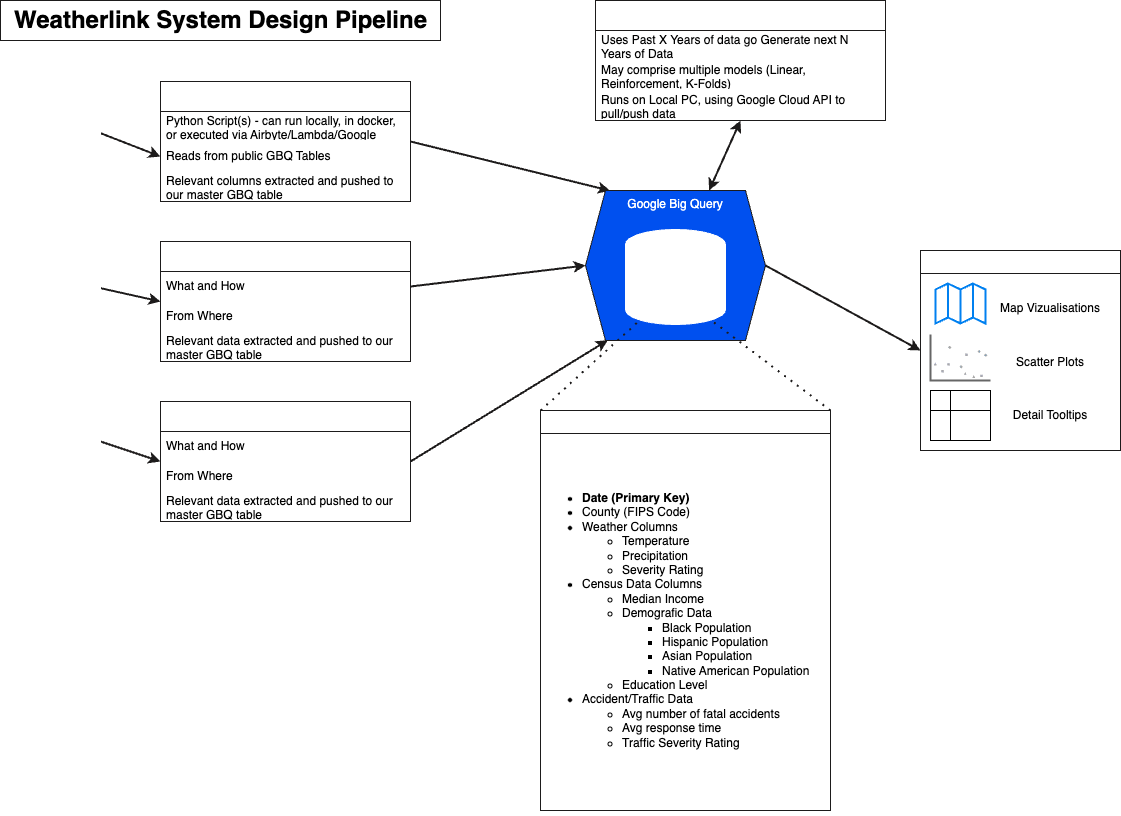
This is etl/systemdesign.png from BigDataAnalytics2023/gwbigdataanalytics2023-final-project-weatherlink, a draw.io export, as it was before one commit. Source tidied: cells renumbered, new cells last; positions are measured from the earlier drawing's top-left corner, leaving out a move shared by most shapes.
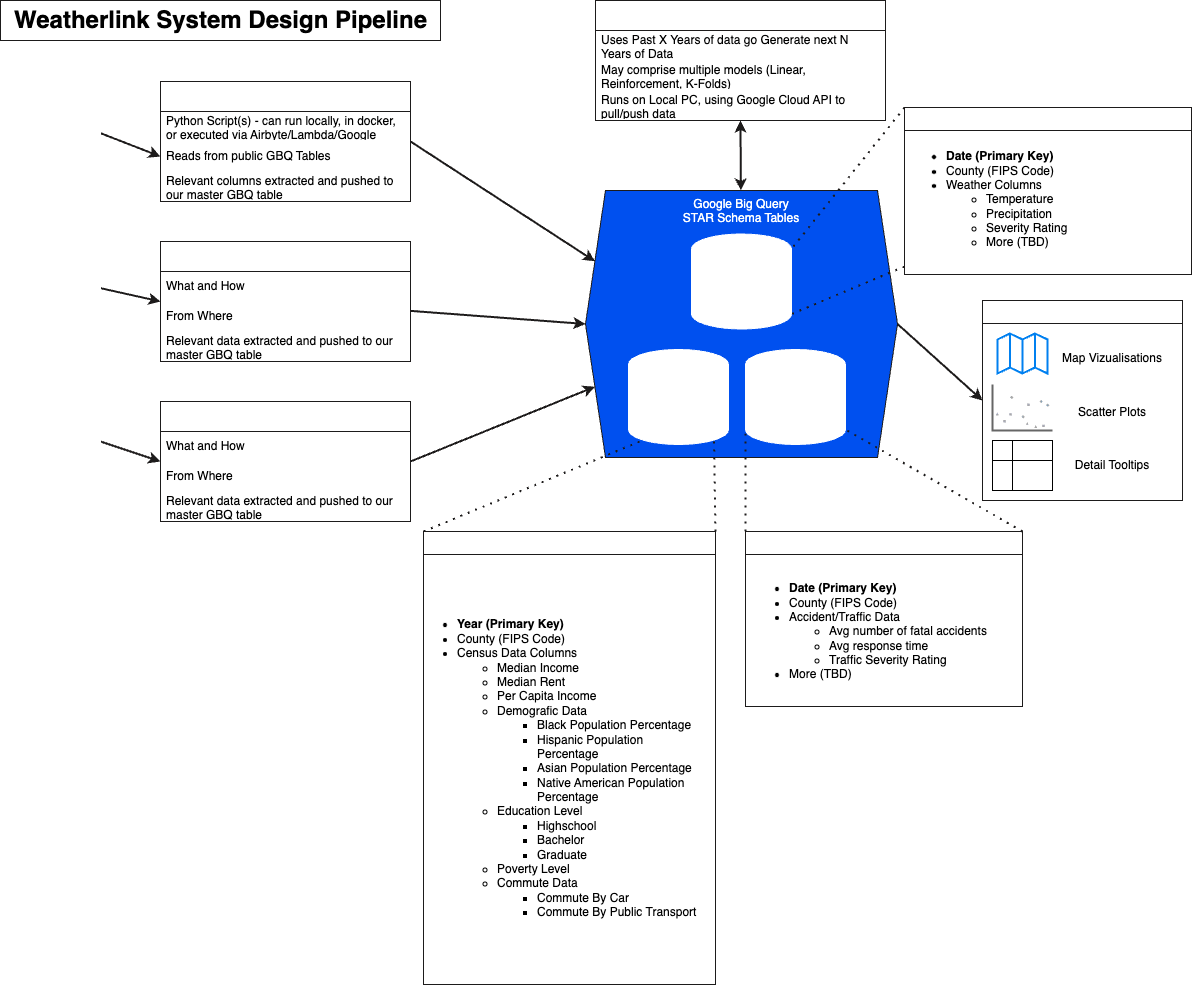
The same diagram one commit later.

Diff of the diagram source:
```diff
@@ -20,7 +20,7 @@
     <mxCell id="7" value="Traffic/&lt;br&gt;Accident Data" style="shape=cylinder3;whiteSpace=wrap;html=1;boundedLbl=1;backgroundOutline=1;size=15;fontColor=#FFFFFF;strokeColor=#FFFFFF;" parent="1" vertex="1">
       <mxGeometry x="40" y="401" width="60" height="80" as="geometry" />
     </mxCell>
-    <mxCell id="8" style="edgeStyle=none;html=1;exitX=1;exitY=0.5;exitDx=0;exitDy=0;entryX=0.136;entryY=0.001;entryDx=0;entryDy=0;entryPerimeter=0;strokeWidth=2;fontColor=#FFFFFF;strokeColor=#1d1b1b;" parent="1" edge="1" source="9" target="25">
+    <mxCell id="8" style="edgeStyle=none;html=1;exitX=1;exitY=0.5;exitDx=0;exitDy=0;entryX=0;entryY=0.25;entryDx=0;entryDy=0;strokeWidth=2;fontColor=#FFFFFF;strokeColor=#1d1b1b;" parent="1" edge="1" source="9" target="25">
       <mxGeometry relative="1" as="geometry" />
     </mxCell>
     <mxCell id="9" value="Census Data Extraction, Cleaning, Storing" style="swimlane;fontStyle=0;horizontal=1;startSize=30;whiteSpace=wrap;html=1;fontColor=#FFFFFF;strokeColor=#1d1b1b;" parent="1" vertex="1">
@@ -35,7 +35,7 @@
     <mxCell id="12" value="Relevant columns extracted and pushed to our master GBQ table" style="text;strokeColor=none;fillColor=none;align=left;verticalAlign=middle;spacingLeft=4;spacingRight=4;overflow=hidden;whiteSpace=wrap;html=1;fontColor=#000000;" parent="9" vertex="1">
       <mxGeometry y="90" width="250" height="30" as="geometry" />
     </mxCell>
-    <mxCell id="13" style="edgeStyle=none;html=1;entryX=0;entryY=0.5;entryDx=0;entryDy=0;strokeWidth=2;fontColor=#FFFFFF;strokeColor=#1d1b1b;" parent="1" edge="1" source="14" target="25">
+    <mxCell id="13" style="edgeStyle=none;html=1;strokeWidth=2;fontColor=#FFFFFF;strokeColor=#1d1b1b;entryX=0;entryY=0.5;entryDx=0;entryDy=0;" parent="1" edge="1" source="14" target="25">
       <mxGeometry relative="1" as="geometry" />
     </mxCell>
     <mxCell id="14" value="Weather Data Extraction, Cleaning, Storing" style="swimlane;fontStyle=0;horizontal=1;startSize=30;whiteSpace=wrap;html=1;fontColor=#FFFFFF;strokeColor=#1d1b1b;" parent="1" vertex="1">
@@ -50,7 +50,7 @@
     <mxCell id="17" value="Relevant data extracted and pushed to our master GBQ table" style="text;strokeColor=none;fillColor=none;align=left;verticalAlign=middle;spacingLeft=4;spacingRight=4;overflow=hidden;whiteSpace=wrap;html=1;fontColor=#000000;" parent="14" vertex="1">
       <mxGeometry y="90" width="250" height="30" as="geometry" />
     </mxCell>
-    <mxCell id="18" style="edgeStyle=none;html=1;entryX=0.124;entryY=0.998;entryDx=0;entryDy=0;exitX=1;exitY=0.5;exitDx=0;exitDy=0;entryPerimeter=0;strokeWidth=2;fontColor=#FFFFFF;strokeColor=#1d1b1b;" parent="1" edge="1" source="19" target="25">
+    <mxCell id="18" style="edgeStyle=none;html=1;entryX=0;entryY=0.75;entryDx=0;entryDy=0;exitX=1;exitY=0.5;exitDx=0;exitDy=0;strokeWidth=2;fontColor=#FFFFFF;strokeColor=#1d1b1b;" parent="1" edge="1" source="19" target="25">
       <mxGeometry relative="1" as="geometry" />
     </mxCell>
     <mxCell id="19" value="Traffic/Accident Data Extraction, Cleaning, Storing" style="swimlane;fontStyle=0;horizontal=1;startSize=30;whiteSpace=wrap;html=1;fontColor=#FFFFFF;strokeColor=#1d1b1b;" parent="1" vertex="1">
@@ -71,11 +71,11 @@
     <mxCell id="24" style="edgeStyle=none;html=1;exitX=1;exitY=0.5;exitDx=0;exitDy=0;entryX=0;entryY=0.5;entryDx=0;entryDy=0;strokeWidth=2;startArrow=none;startFill=0;fontColor=#FFFFFF;strokeColor=#1d1b1b;" parent="1" edge="1" source="25" target="34">
       <mxGeometry relative="1" as="geometry" />
     </mxCell>
-    <mxCell id="25" value="Google Big Query" style="shape=hexagon;perimeter=hexagonPerimeter2;whiteSpace=wrap;html=1;fixedSize=1;verticalAlign=top;fillColor=#0050ef;fontColor=#FFFFFF;strokeColor=#1d1b1b;" parent="1" vertex="1">
-      <mxGeometry x="585" y="190" width="180" height="150" as="geometry" />
+    <mxCell id="25" value="Google Big Query&lt;br&gt;STAR Schema Tables" style="shape=hexagon;perimeter=hexagonPerimeter2;whiteSpace=wrap;html=1;fixedSize=1;verticalAlign=top;fillColor=#0050ef;fontColor=#FFFFFF;strokeColor=#1d1b1b;" parent="1" vertex="1">
+      <mxGeometry x="585" y="190" width="312" height="267" as="geometry" />
     </mxCell>
-    <mxCell id="26" value="Weatherlink Master &lt;br&gt;Table" style="shape=cylinder3;whiteSpace=wrap;html=1;boundedLbl=1;backgroundOutline=1;size=15;fontColor=#FFFFFF;strokeColor=#FFFFFF;" parent="1" vertex="1">
-      <mxGeometry x="625" y="229" width="100" height="95" as="geometry" />
+    <mxCell id="26" value="Weatherlink Census&lt;br&gt;Table" style="shape=cylinder3;whiteSpace=wrap;html=1;boundedLbl=1;backgroundOutline=1;size=15;fontColor=#FFFFFF;strokeColor=#FFFFFF;" parent="1" vertex="1">
+      <mxGeometry x="628" y="349" width="100" height="95" as="geometry" />
     </mxCell>
     <mxCell id="27" value="Weatherlink System Design Pipeline" style="text;strokeColor=#1d1b1b;fillColor=none;html=1;fontSize=24;fontStyle=1;verticalAlign=middle;align=center;fontColor=#000000;" parent="1" vertex="1">
       <mxGeometry width="440" height="40" as="geometry" />
@@ -92,14 +92,14 @@
     <mxCell id="31" value="Runs on Local PC, using Google Cloud API to pull/push data" style="text;strokeColor=none;fillColor=none;align=left;verticalAlign=middle;spacingLeft=4;spacingRight=4;overflow=hidden;whiteSpace=wrap;html=1;fontColor=#000000;" parent="28" vertex="1">
       <mxGeometry y="90" width="290" height="30" as="geometry" />
     </mxCell>
-    <mxCell id="32" value="Sample Row of Weatherlink Master Table" style="swimlane;whiteSpace=wrap;html=1;fontColor=#FFFFFF;strokeColor=#1d1b1b;" parent="1" vertex="1">
-      <mxGeometry x="540" y="410" width="290" height="400" as="geometry" />
+    <mxCell id="32" value="Schema of Weatherlink Census Table" style="swimlane;whiteSpace=wrap;html=1;fontColor=#FFFFFF;strokeColor=#1d1b1b;" parent="1" vertex="1">
+      <mxGeometry x="423" y="531" width="292" height="453" as="geometry" />
     </mxCell>
-    <mxCell id="33" value="&lt;ul&gt;&lt;li&gt;&lt;b&gt;Date (Primary Key)&lt;/b&gt;&lt;/li&gt;&lt;li&gt;County (FIPS Code)&lt;/li&gt;&lt;li&gt;Weather Columns&lt;/li&gt;&lt;ul&gt;&lt;li&gt;Temperature&lt;/li&gt;&lt;li&gt;Precipitation&lt;/li&gt;&lt;li&gt;Severity Rating&lt;/li&gt;&lt;/ul&gt;&lt;li&gt;Census Data Columns&lt;/li&gt;&lt;ul&gt;&lt;li&gt;Median Income&lt;/li&gt;&lt;li&gt;Demografic Data&lt;/li&gt;&lt;ul&gt;&lt;li&gt;Black Population&lt;/li&gt;&lt;li&gt;Hispanic Population&lt;/li&gt;&lt;li&gt;Asian Population&lt;/li&gt;&lt;li&gt;Native American Population&lt;/li&gt;&lt;/ul&gt;&lt;li&gt;Education Level&lt;/li&gt;&lt;/ul&gt;&lt;li&gt;Accident/Traffic Data&lt;/li&gt;&lt;ul&gt;&lt;li&gt;Avg number of fatal accidents&lt;/li&gt;&lt;li&gt;Avg response time&lt;/li&gt;&lt;li&gt;Traffic Severity Rating&lt;/li&gt;&lt;/ul&gt;&lt;/ul&gt;" style="text;html=1;strokeColor=none;fillColor=none;align=left;verticalAlign=middle;whiteSpace=wrap;rounded=0;fontColor=#000000;" parent="32" vertex="1">
-      <mxGeometry y="20" width="290" height="380" as="geometry" />
+    <mxCell id="33" value="&lt;ul&gt;&lt;li&gt;&lt;b&gt;Year (Primary Key)&lt;/b&gt;&lt;/li&gt;&lt;li&gt;County (FIPS Code)&lt;/li&gt;&lt;li&gt;Census Data Columns&lt;/li&gt;&lt;ul&gt;&lt;li&gt;Median Income&lt;/li&gt;&lt;li&gt;Median Rent&lt;/li&gt;&lt;li&gt;Per Capita Income&lt;/li&gt;&lt;li&gt;Demografic Data&lt;/li&gt;&lt;ul&gt;&lt;li&gt;Black Population Percentage&lt;/li&gt;&lt;li&gt;Hispanic Population Percentage&lt;/li&gt;&lt;li&gt;Asian Population Percentage&lt;/li&gt;&lt;li&gt;Native American Population Percentage&lt;/li&gt;&lt;/ul&gt;&lt;li&gt;Education Level&lt;/li&gt;&lt;ul&gt;&lt;li&gt;Highschool&lt;/li&gt;&lt;li&gt;Bachelor&lt;/li&gt;&lt;li&gt;Graduate&lt;/li&gt;&lt;/ul&gt;&lt;li&gt;Poverty Level&lt;/li&gt;&lt;li&gt;Commute Data&lt;/li&gt;&lt;ul&gt;&lt;li&gt;Commute By Car&lt;/li&gt;&lt;li&gt;Commute By Public Transport&lt;/li&gt;&lt;/ul&gt;&lt;/ul&gt;&lt;/ul&gt;" style="text;html=1;strokeColor=none;fillColor=none;align=left;verticalAlign=middle;whiteSpace=wrap;rounded=0;fontColor=#000000;" parent="32" vertex="1">
+      <mxGeometry x="-8" y="47" width="290" height="380" as="geometry" />
     </mxCell>
     <mxCell id="34" value="Data Vizualization (Tableau)" style="swimlane;whiteSpace=wrap;html=1;fontColor=#FFFFFF;strokeColor=#1d1b1b;" parent="1" vertex="1">
-      <mxGeometry x="920" y="250" width="200" height="200" as="geometry" />
+      <mxGeometry x="982" y="300" width="200" height="200" as="geometry" />
     </mxCell>
     <mxCell id="35" style="html=1;verticalLabelPosition=bottom;align=center;labelBackgroundColor=#ffffff;verticalAlign=top;strokeWidth=2;strokeColor=#0080F0;shadow=0;dashed=0;shape=mxgraph.ios7.icons.map;" parent="34" vertex="1">
       <mxGeometry x="15" y="33" width="50" height="40" as="geometry" />
@@ -125,5 +125,35 @@
     <mxCell id="42" style="endArrow=none;dashed=1;html=1;dashPattern=1 3;strokeWidth=2;exitX=1;exitY=0;exitDx=0;exitDy=0;entryX=0.855;entryY=1;entryDx=0;entryDy=-4.35;entryPerimeter=0;fontColor=#FFFFFF;strokeColor=#1d1b1b;" parent="1" edge="1" source="32" target="26">
       <mxGeometry relative="1" as="geometry" />
     </mxCell>
+    <mxCell id="43" value="Weatherlink Accident&lt;br&gt;Table" style="shape=cylinder3;whiteSpace=wrap;html=1;boundedLbl=1;backgroundOutline=1;size=15;fontColor=#FFFFFF;strokeColor=#FFFFFF;" parent="1" vertex="1">
+      <mxGeometry x="745" y="349" width="100" height="95" as="geometry" />
+    </mxCell>
+    <mxCell id="44" value="Weatherlink Weather&lt;br&gt;Table" style="shape=cylinder3;whiteSpace=wrap;html=1;boundedLbl=1;backgroundOutline=1;size=15;fontColor=#FFFFFF;strokeColor=#FFFFFF;" parent="1" vertex="1">
+      <mxGeometry x="691" y="233.5" width="100" height="95" as="geometry" />
+    </mxCell>
+    <mxCell id="45" value="Schema of Weatherlink Accident Table" style="swimlane;whiteSpace=wrap;html=1;fontColor=#FFFFFF;strokeColor=#1d1b1b;" parent="1" vertex="1">
+      <mxGeometry x="745" y="531" width="277" height="175" as="geometry" />
+    </mxCell>
+    <mxCell id="46" value="&lt;ul&gt;&lt;li&gt;&lt;b&gt;Date (Primary Key)&lt;/b&gt;&lt;/li&gt;&lt;li&gt;County (FIPS Code)&lt;/li&gt;&lt;li&gt;Accident/Traffic Data&lt;/li&gt;&lt;ul&gt;&lt;li&gt;Avg number of fatal accidents&lt;/li&gt;&lt;li&gt;Avg response time&lt;/li&gt;&lt;li&gt;Traffic Severity Rating&lt;/li&gt;&lt;/ul&gt;&lt;li&gt;More (TBD)&lt;/li&gt;&lt;/ul&gt;" style="text;html=1;strokeColor=none;fillColor=none;align=left;verticalAlign=middle;whiteSpace=wrap;rounded=0;fontColor=#000000;" parent="45" vertex="1">
+      <mxGeometry x="1.5" y="31" width="274" height="138" as="geometry" />
+    </mxCell>
+    <mxCell id="47" value="Schema of Weatherlink Weather Table" style="swimlane;whiteSpace=wrap;html=1;fontColor=#FFFFFF;strokeColor=#1d1b1b;" parent="1" vertex="1">
+      <mxGeometry x="904" y="107" width="287" height="167" as="geometry" />
+    </mxCell>
+    <mxCell id="48" value="&lt;ul&gt;&lt;li&gt;&lt;b&gt;Date (Primary Key)&lt;/b&gt;&lt;/li&gt;&lt;li&gt;County (FIPS Code)&lt;/li&gt;&lt;li&gt;Weather Columns&lt;/li&gt;&lt;ul&gt;&lt;li&gt;Temperature&lt;/li&gt;&lt;li&gt;Precipitation&lt;/li&gt;&lt;li&gt;Severity Rating&lt;/li&gt;&lt;li&gt;More (TBD)&lt;/li&gt;&lt;/ul&gt;&lt;/ul&gt;" style="text;html=1;strokeColor=none;fillColor=none;align=left;verticalAlign=middle;whiteSpace=wrap;rounded=0;fontColor=#000000;" parent="47" vertex="1">
+      <mxGeometry y="25" width="289" height="134" as="geometry" />
+    </mxCell>
+    <mxCell id="49" style="endArrow=none;dashed=1;html=1;dashPattern=1 3;strokeWidth=2;exitX=0;exitY=0;exitDx=0;exitDy=0;entryX=1;entryY=0;entryDx=0;entryDy=15;entryPerimeter=0;fontColor=#FFFFFF;strokeColor=#1d1b1b;" parent="1" edge="1" source="47" target="44">
+      <mxGeometry relative="1" as="geometry" />
+    </mxCell>
+    <mxCell id="50" style="endArrow=none;dashed=1;html=1;dashPattern=1 3;strokeWidth=2;exitX=0;exitY=1;exitDx=0;exitDy=0;entryX=1;entryY=1;entryDx=0;entryDy=-15;entryPerimeter=0;fontColor=#FFFFFF;strokeColor=#1d1b1b;" parent="1" edge="1" source="48" target="44">
+      <mxGeometry relative="1" as="geometry" />
+    </mxCell>
+    <mxCell id="51" style="endArrow=none;dashed=1;html=1;dashPattern=1 3;strokeWidth=2;exitX=0;exitY=0;exitDx=0;exitDy=0;entryX=0;entryY=1;entryDx=0;entryDy=-15;entryPerimeter=0;fontColor=#FFFFFF;strokeColor=#1d1b1b;" parent="1" edge="1" source="45" target="43">
+      <mxGeometry relative="1" as="geometry" />
+    </mxCell>
+    <mxCell id="52" style="endArrow=none;dashed=1;html=1;dashPattern=1 3;strokeWidth=2;exitX=1;exitY=0;exitDx=0;exitDy=0;entryX=1;entryY=1;entryDx=0;entryDy=-15;entryPerimeter=0;fontColor=#FFFFFF;strokeColor=#1d1b1b;" parent="1" edge="1" source="45" target="43">
+      <mxGeometry relative="1" as="geometry" />
+    </mxCell>
   </root>
 </mxGraphModel>
```
